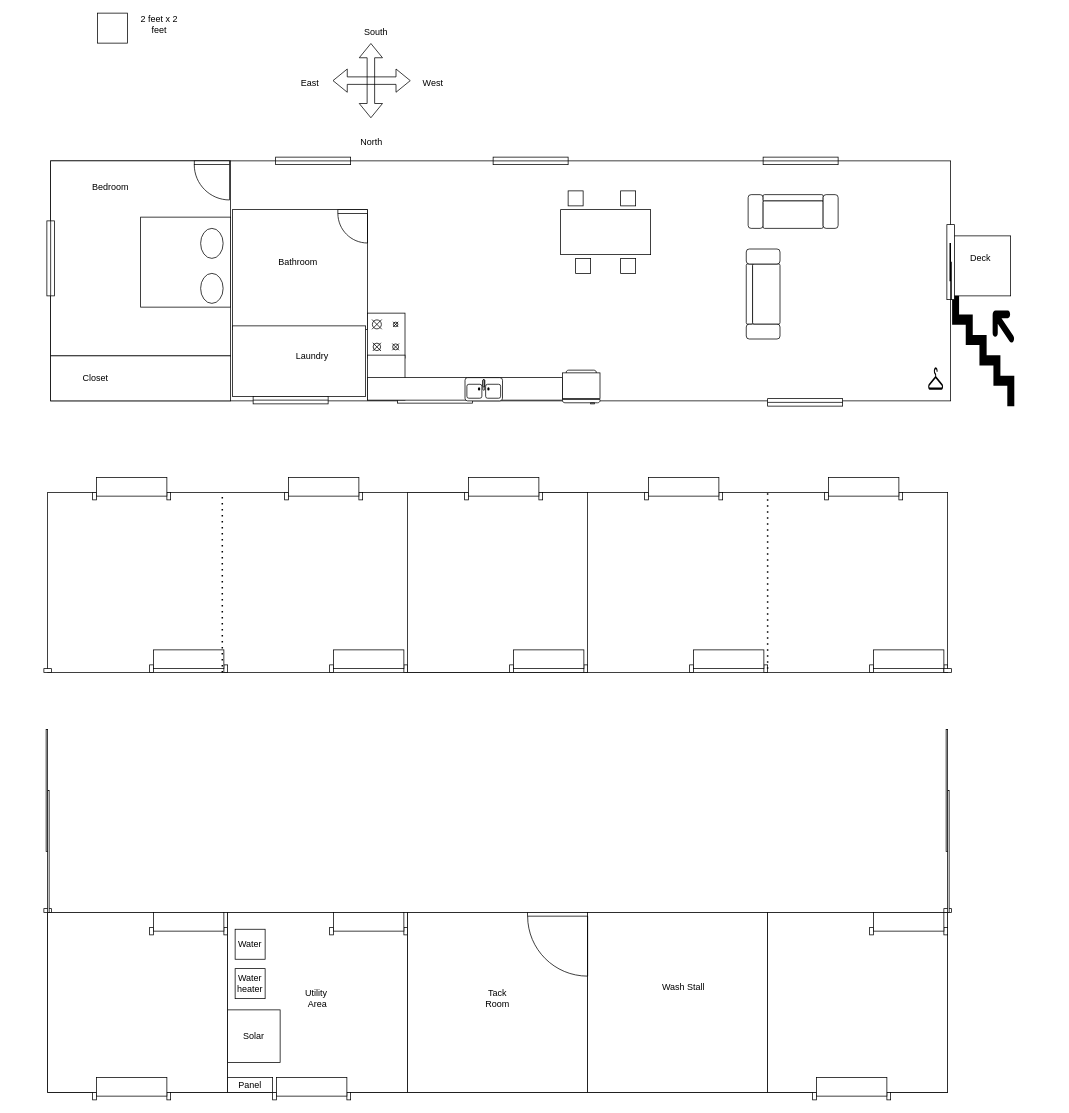
Above: Untitled Diagram.drawio in dangol/barn (draw.io), before the change. Source tidied: cells renumbered, new cells numbered last; positions are measured from the earlier drawing's top-left corner, leaving out a move shared by most shapes. Both pictures are drawn from the tidied source at 75%, with x=0, y=0 at pixel (-74, 13).
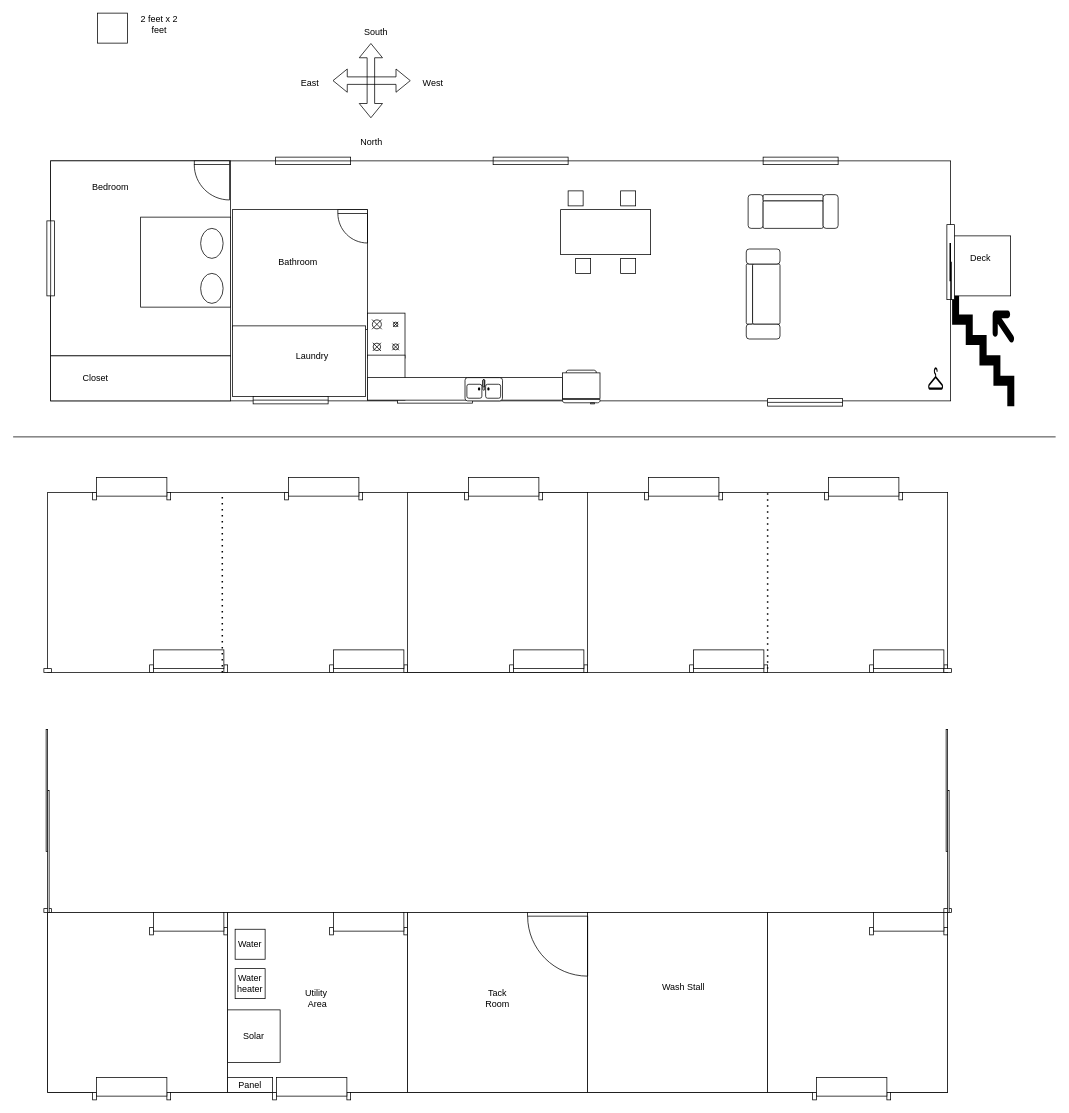
The same page after the edit.

The edit, as a diff of the source:
```diff
@@
+    <mxCell id="84" style="line;strokeWidth=1;dashed=0;labelPosition=right;align=left;verticalAlign=middle;spacingTop=0;spacingLeft=6;" parent="1" vertex="1">
+      <mxGeometry x="116" y="560" width="1390" height="10" as="geometry" />
+    </mxCell>
```
